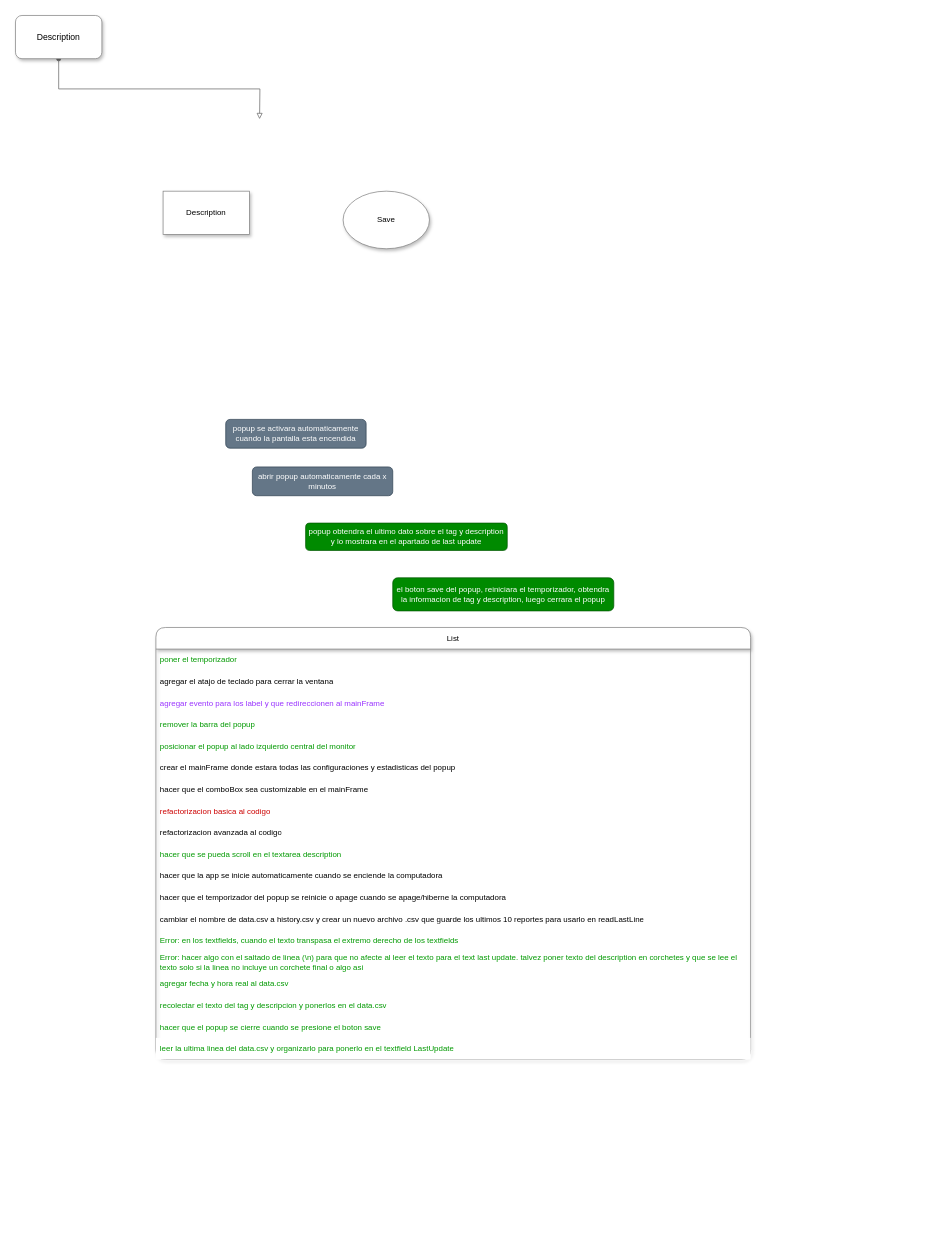
This is page "Page-1" (2 of 2) of Track your time diagram.drawio from GutengMorgen/Track-your-time, a draw.io file, before an edit. Source tidied: cells renumbered, new cells numbered last; positions are measured from the earlier drawing's top-left corner, leaving out a move shared by most shapes. Both pictures are drawn from the tidied source at 72%, with x=0, y=0 at pixel (15, 15).
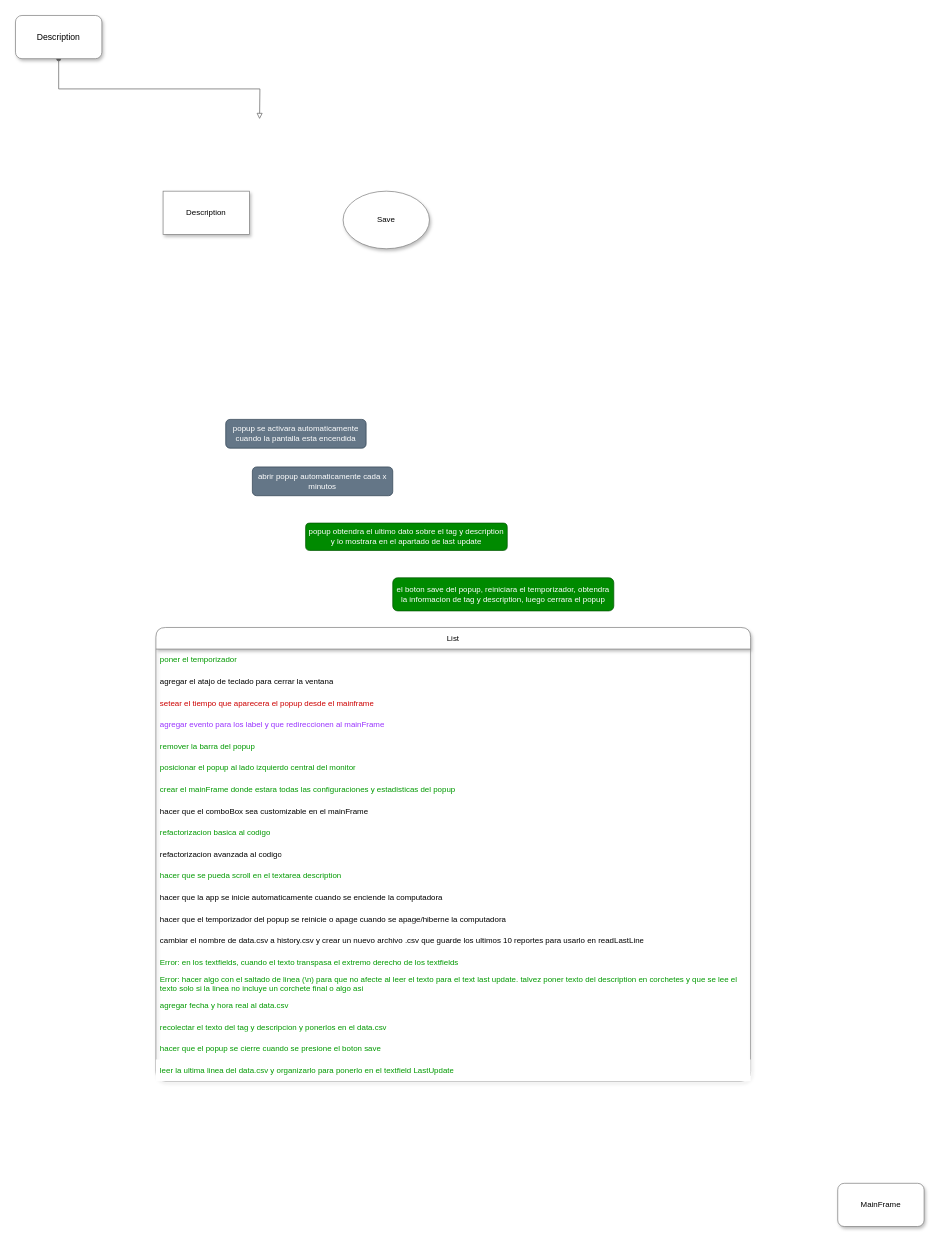
After the change.

The edit, as a diff of the source:
```diff
@@
     <mxCell id="10" value="List" style="swimlane;fontStyle=0;horizontal=1;startSize=30;whiteSpace=wrap;html=1;rounded=1;shadow=1;strokeColor=#808080;fontFamily=Helvetica;fontSize=11;fontColor=default;fillColor=default;" parent="1" vertex="1">
-      <mxGeometry x="195" y="850" width="826" height="600" as="geometry" />
+      <mxGeometry x="195" y="850" width="826" height="630" as="geometry" />
     </mxCell>
@@
+    <mxCell id="30" value="setear el tiempo que aparecera el popup desde el mainframe" style="text;strokeColor=none;fillColor=none;align=left;verticalAlign=middle;spacingLeft=4;spacingRight=4;overflow=hidden;whiteSpace=wrap;html=1;fontSize=11;fontFamily=Helvetica;fontColor=#CC0000;" parent="10" vertex="1">
+      <mxGeometry y="90" width="826" height="30" as="geometry" />
+    </mxCell>
     <mxCell id="13" value="agregar evento para los label y que redireccionen al mainFrame" style="text;strokeColor=none;fillColor=none;align=left;verticalAlign=middle;spacingLeft=4;spacingRight=4;overflow=hidden;whiteSpace=wrap;html=1;fontSize=11;fontFamily=Helvetica;fontColor=#9933FF;" parent="10" vertex="1">
-      <mxGeometry y="90" width="826" height="30" as="geometry" />
+      <mxGeometry y="120" width="826" height="30" as="geometry" />
     </mxCell>
     <mxCell id="14" value="remover la barra del popup" style="text;strokeColor=none;fillColor=none;align=left;verticalAlign=middle;spacingLeft=4;spacingRight=4;overflow=hidden;whiteSpace=wrap;html=1;fontSize=11;fontFamily=Helvetica;fontColor=#009900;" parent="10" vertex="1">
-      <mxGeometry y="120" width="826" height="30" as="geometry" />
+      <mxGeometry y="150" width="826" height="30" as="geometry" />
     </mxCell>
     <mxCell id="15" value="posicionar el popup al lado izquierdo central del monitor" style="text;strokeColor=none;fillColor=none;align=left;verticalAlign=middle;spacingLeft=4;spacingRight=4;overflow=hidden;whiteSpace=wrap;html=1;fontSize=11;fontFamily=Helvetica;fontColor=#009900;" parent="10" vertex="1">
-      <mxGeometry y="150" width="826" height="30" as="geometry" />
+      <mxGeometry y="180" width="826" height="30" as="geometry" />
     </mxCell>
-    <mxCell id="16" value="crear el mainFrame donde estara todas las configuraciones y estadisticas del popup" style="text;strokeColor=none;fillColor=none;align=left;verticalAlign=middle;spacingLeft=4;spacingRight=4;overflow=hidden;whiteSpace=wrap;html=1;fontSize=11;fontFamily=Helvetica;fontColor=default;" parent="10" vertex="1">
-      <mxGeometry y="180" width="826" height="30" as="geometry" />
+    <mxCell id="16" value="crear el mainFrame donde estara todas las configuraciones y estadisticas del popup" style="text;strokeColor=none;fillColor=none;align=left;verticalAlign=middle;spacingLeft=4;spacingRight=4;overflow=hidden;whiteSpace=wrap;html=1;fontSize=11;fontFamily=Helvetica;fontColor=#009900;" parent="10" vertex="1">
+      <mxGeometry y="210" width="826" height="30" as="geometry" />
     </mxCell>
     <mxCell id="17" value="hacer que el comboBox sea customizable en el mainFrame" style="text;strokeColor=none;fillColor=none;align=left;verticalAlign=middle;spacingLeft=4;spacingRight=4;overflow=hidden;whiteSpace=wrap;html=1;fontSize=11;fontFamily=Helvetica;fontColor=default;" parent="10" vertex="1">
-      <mxGeometry y="210" width="826" height="30" as="geometry" />
+      <mxGeometry y="240" width="826" height="30" as="geometry" />
     </mxCell>
-    <mxCell id="18" value="refactorizacion basica al codigo" style="text;strokeColor=none;fillColor=none;align=left;verticalAlign=middle;spacingLeft=4;spacingRight=4;overflow=hidden;whiteSpace=wrap;html=1;fontSize=11;fontFamily=Helvetica;fontColor=#CC0000;" parent="10" vertex="1">
-      <mxGeometry y="240" width="826" height="30" as="geometry" />
+    <mxCell id="18" value="refactorizacion basica al codigo" style="text;strokeColor=none;fillColor=none;align=left;verticalAlign=middle;spacingLeft=4;spacingRight=4;overflow=hidden;whiteSpace=wrap;html=1;fontSize=11;fontFamily=Helvetica;fontColor=#009900;" parent="10" vertex="1">
+      <mxGeometry y="270" width="826" height="30" as="geometry" />
     </mxCell>
     <mxCell id="19" value="refactorizacion avanzada al codigo" style="text;strokeColor=none;fillColor=none;align=left;verticalAlign=middle;spacingLeft=4;spacingRight=4;overflow=hidden;whiteSpace=wrap;html=1;fontSize=11;fontFamily=Helvetica;fontColor=default;" parent="10" vertex="1">
-      <mxGeometry y="270" width="826" height="30" as="geometry" />
+      <mxGeometry y="300" width="826" height="30" as="geometry" />
     </mxCell>
     <mxCell id="20" value="hacer que se pueda scroll en el textarea description" style="text;strokeColor=none;fillColor=none;align=left;verticalAlign=middle;spacingLeft=4;spacingRight=4;overflow=hidden;whiteSpace=wrap;html=1;fontSize=11;fontFamily=Helvetica;fontColor=#009900;" parent="10" vertex="1">
-      <mxGeometry y="300" width="826" height="30" as="geometry" />
+      <mxGeometry y="330" width="826" height="30" as="geometry" />
     </mxCell>
     <mxCell id="21" value="hacer que la app se inicie automaticamente cuando se enciende la computadora" style="text;strokeColor=none;fillColor=none;align=left;verticalAlign=middle;spacingLeft=4;spacingRight=4;overflow=hidden;whiteSpace=wrap;html=1;fontSize=11;fontFamily=Helvetica;fontColor=default;" parent="10" vertex="1">
-      <mxGeometry y="330" width="826" height="30" as="geometry" />
+      <mxGeometry y="360" width="826" height="30" as="geometry" />
     </mxCell>
     <mxCell id="22" value="hacer que el temporizador del popup se reinicie o apage cuando se apage/hiberne la computadora" style="text;strokeColor=none;fillColor=none;align=left;verticalAlign=middle;spacingLeft=4;spacingRight=4;overflow=hidden;whiteSpace=wrap;html=1;fontSize=11;fontFamily=Helvetica;fontColor=default;" parent="10" vertex="1">
-      <mxGeometry y="360" width="826" height="30" as="geometry" />
+      <mxGeometry y="390" width="826" height="30" as="geometry" />
     </mxCell>
     <mxCell id="23" value="cambiar el nombre de data.csv a history.csv y crear un nuevo archivo .csv que guarde los ultimos 10 reportes para usarlo en readLastLine" style="text;strokeColor=none;fillColor=none;align=left;verticalAlign=middle;spacingLeft=4;spacingRight=4;overflow=hidden;whiteSpace=wrap;html=1;fontSize=11;fontFamily=Helvetica;fontColor=default;" parent="10" vertex="1">
-      <mxGeometry y="390" width="826" height="30" as="geometry" />
+      <mxGeometry y="420" width="826" height="30" as="geometry" />
     </mxCell>
     <mxCell id="24" value="Error: en los textfields, cuando el texto transpasa el extremo derecho de los textfields" style="text;strokeColor=none;fillColor=none;align=left;verticalAlign=middle;spacingLeft=4;spacingRight=4;overflow=hidden;whiteSpace=wrap;html=1;fontSize=11;fontFamily=Helvetica;fontColor=#009900;" parent="10" vertex="1">
-      <mxGeometry y="420" width="826" height="30" as="geometry" />
+      <mxGeometry y="450" width="826" height="30" as="geometry" />
     </mxCell>
     <mxCell id="25" value="Error: hacer algo con el saltado de linea (\n) para que no afecte al leer el texto para el text last update. talvez poner texto del description en corchetes y que se lee el texto solo si la linea no incluye un corchete final o algo asi" style="text;strokeColor=none;fillColor=none;align=left;verticalAlign=middle;spacingLeft=4;spacingRight=4;overflow=hidden;whiteSpace=wrap;html=1;fontSize=11;fontFamily=Helvetica;fontColor=#009900;" parent="10" vertex="1">
-      <mxGeometry y="450" width="826" height="30" as="geometry" />
+      <mxGeometry y="480" width="826" height="30" as="geometry" />
     </mxCell>
     <mxCell id="26" value="agregar fecha y hora real al data.csv" style="text;strokeColor=none;fillColor=none;align=left;verticalAlign=middle;spacingLeft=4;spacingRight=4;overflow=hidden;whiteSpace=wrap;html=1;fontSize=11;fontFamily=Helvetica;fontColor=#009900;" parent="10" vertex="1">
-      <mxGeometry y="480" width="826" height="30" as="geometry" />
+      <mxGeometry y="510" width="826" height="30" as="geometry" />
     </mxCell>
     <mxCell id="27" value="recolectar el texto del tag y descripcion y ponerlos en el data.csv" style="text;strokeColor=none;fillColor=none;align=left;verticalAlign=middle;spacingLeft=4;spacingRight=4;overflow=hidden;whiteSpace=wrap;html=1;fontSize=11;fontFamily=Helvetica;fontColor=#009900;" parent="10" vertex="1">
-      <mxGeometry y="510" width="826" height="30" as="geometry" />
+      <mxGeometry y="540" width="826" height="30" as="geometry" />
     </mxCell>
     <mxCell id="28" value="hacer que el popup se cierre cuando se presione el boton save" style="text;strokeColor=none;fillColor=none;align=left;verticalAlign=middle;spacingLeft=4;spacingRight=4;overflow=hidden;whiteSpace=wrap;html=1;fontSize=11;fontFamily=Helvetica;fontColor=#009900;" parent="10" vertex="1">
-      <mxGeometry y="540" width="826" height="30" as="geometry" />
+      <mxGeometry y="570" width="826" height="30" as="geometry" />
     </mxCell>
     <mxCell id="29" value="leer la ultima linea del data.csv y organizarlo para ponerlo en el textfield LastUpdate" style="text;strokeColor=none;fillColor=default;align=left;verticalAlign=middle;spacingLeft=4;spacingRight=4;overflow=hidden;whiteSpace=wrap;html=1;fontSize=11;fontFamily=Helvetica;fontColor=#009900;fontStyle=0;" parent="10" vertex="1">
-      <mxGeometry y="570" width="826" height="30" as="geometry" />
+      <mxGeometry y="600" width="826" height="30" as="geometry" />
     </mxCell>
+    <mxCell id="31" value="MainFrame" style="whiteSpace=wrap;html=1;rounded=1;shadow=1;strokeColor=#808080;fontFamily=Helvetica;fontSize=11;fontColor=default;fillColor=default;" parent="1" vertex="1">
+      <mxGeometry x="1142" y="1622" width="120" height="60" as="geometry" />
+    </mxCell>
```
